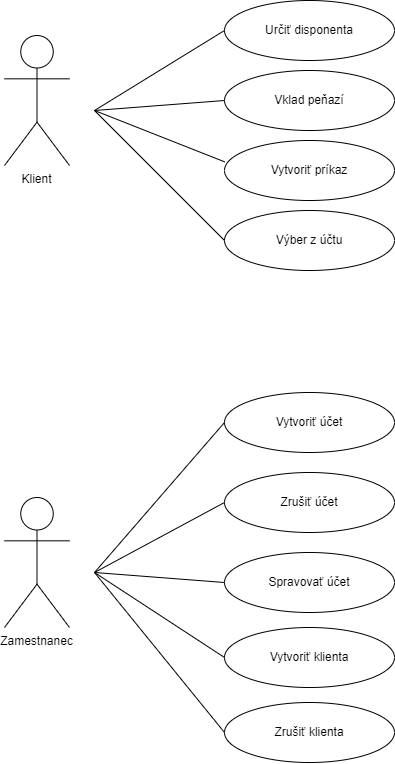
pat0s/vut-ids-project keeps this draw.io diagram as proj1/UseCase.png. Above is the earlier version. Source tidied: cells renumbered, new cells last; positions are measured from the earlier drawing's top-left corner, leaving out a move shared by most shapes. Its diagram source:
```xml
<mxGraphModel>
  <root>
    <mxCell id="0" />
    <mxCell id="1" parent="0" />
    <mxCell id="2" value="Klient" style="shape=umlActor;verticalLabelPosition=bottom;verticalAlign=top;html=1;" parent="1" vertex="1">
      <mxGeometry y="35" width="65" height="130" as="geometry" />
    </mxCell>
    <mxCell id="3" value="Zamestnanec" style="shape=umlActor;verticalLabelPosition=bottom;verticalAlign=top;html=1;" parent="1" vertex="1">
      <mxGeometry y="497" width="65" height="130" as="geometry" />
    </mxCell>
    <mxCell id="4" value="Určiť disponenta" style="ellipse;whiteSpace=wrap;html=1;" parent="1" vertex="1">
      <mxGeometry x="220" width="170" height="60" as="geometry" />
    </mxCell>
    <mxCell id="5" value="Vklad peňazí" style="ellipse;whiteSpace=wrap;html=1;" parent="1" vertex="1">
      <mxGeometry x="220" y="70" width="170" height="60" as="geometry" />
    </mxCell>
    <mxCell id="6" value="Vytvoriť príkaz" style="ellipse;whiteSpace=wrap;html=1;" parent="1" vertex="1">
      <mxGeometry x="220" y="140" width="170" height="60" as="geometry" />
    </mxCell>
    <mxCell id="7" value="Výber z účtu" style="ellipse;whiteSpace=wrap;html=1;" parent="1" vertex="1">
      <mxGeometry x="220" y="210" width="170" height="60" as="geometry" />
    </mxCell>
    <mxCell id="8" value="Vytvoriť účet" style="ellipse;whiteSpace=wrap;html=1;" parent="1" vertex="1">
      <mxGeometry x="220" y="392" width="170" height="60" as="geometry" />
    </mxCell>
    <mxCell id="9" value="Zrušiť účet" style="ellipse;whiteSpace=wrap;html=1;" parent="1" vertex="1">
      <mxGeometry x="220" y="472" width="170" height="60" as="geometry" />
    </mxCell>
    <mxCell id="10" value="Spravovať účet" style="ellipse;whiteSpace=wrap;html=1;" parent="1" vertex="1">
      <mxGeometry x="220" y="552" width="170" height="60" as="geometry" />
    </mxCell>
    <mxCell id="11" value="Vytvoriť klienta" style="ellipse;whiteSpace=wrap;html=1;" parent="1" vertex="1">
      <mxGeometry x="220" y="627" width="170" height="60" as="geometry" />
    </mxCell>
    <mxCell id="12" value="Zrušiť klienta" style="ellipse;whiteSpace=wrap;html=1;" parent="1" vertex="1">
      <mxGeometry x="220" y="702" width="170" height="60" as="geometry" />
    </mxCell>
    <mxCell id="13" style="endArrow=none;html=1;rounded=0;entryX=0;entryY=0.5;entryDx=0;entryDy=0;" parent="1" edge="1" target="5">
      <mxGeometry relative="1" as="geometry">
        <mxPoint x="90" y="110" as="sourcePoint" />
      </mxGeometry>
    </mxCell>
    <mxCell id="14" style="endArrow=none;html=1;rounded=0;entryX=0;entryY=0.5;entryDx=0;entryDy=0;" parent="1" edge="1" target="4">
      <mxGeometry relative="1" as="geometry">
        <mxPoint x="90" y="110" as="sourcePoint" />
      </mxGeometry>
    </mxCell>
    <mxCell id="15" style="endArrow=none;html=1;rounded=0;entryX=0.002;entryY=0.357;entryDx=0;entryDy=0;entryPerimeter=0;" parent="1" edge="1" target="6">
      <mxGeometry relative="1" as="geometry">
        <mxPoint x="90" y="110" as="sourcePoint" />
      </mxGeometry>
    </mxCell>
    <mxCell id="16" style="endArrow=none;html=1;rounded=0;entryX=0;entryY=0.5;entryDx=0;entryDy=0;" parent="1" edge="1" target="7">
      <mxGeometry relative="1" as="geometry">
        <mxPoint x="90" y="110" as="sourcePoint" />
      </mxGeometry>
    </mxCell>
    <mxCell id="17" style="endArrow=none;html=1;rounded=0;entryX=0;entryY=0.5;entryDx=0;entryDy=0;" parent="1" edge="1" target="8">
      <mxGeometry relative="1" as="geometry">
        <mxPoint x="90" y="572" as="sourcePoint" />
      </mxGeometry>
    </mxCell>
    <mxCell id="18" style="endArrow=none;html=1;rounded=0;entryX=0;entryY=0.5;entryDx=0;entryDy=0;" parent="1" edge="1" target="10">
      <mxGeometry relative="1" as="geometry">
        <mxPoint x="90" y="572" as="sourcePoint" />
      </mxGeometry>
    </mxCell>
    <mxCell id="19" style="endArrow=none;html=1;rounded=0;entryX=0;entryY=0.5;entryDx=0;entryDy=0;" parent="1" edge="1" target="9">
      <mxGeometry relative="1" as="geometry">
        <mxPoint x="90" y="572" as="sourcePoint" />
      </mxGeometry>
    </mxCell>
    <mxCell id="20" style="endArrow=none;html=1;rounded=0;entryX=0;entryY=0.5;entryDx=0;entryDy=0;" parent="1" edge="1" target="11">
      <mxGeometry relative="1" as="geometry">
        <mxPoint x="90" y="572" as="sourcePoint" />
      </mxGeometry>
    </mxCell>
    <mxCell id="21" style="endArrow=none;html=1;rounded=0;entryX=0;entryY=0.5;entryDx=0;entryDy=0;" parent="1" edge="1" target="12">
      <mxGeometry relative="1" as="geometry">
        <mxPoint x="90" y="572" as="sourcePoint" />
      </mxGeometry>
    </mxCell>
  </root>
</mxGraphModel>
```
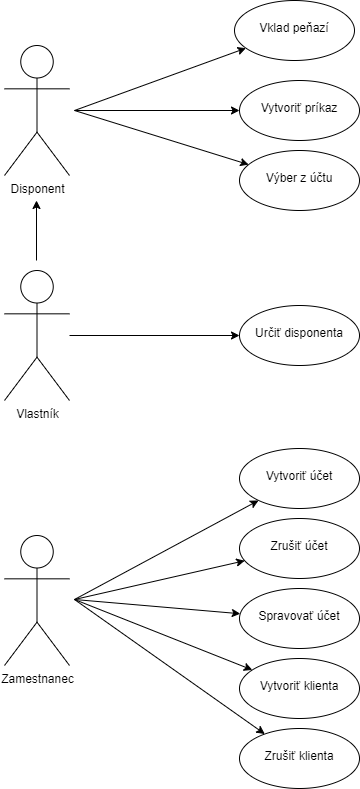
After the commit.

Diff of the diagram source:
```diff
@@ -2,83 +2,93 @@
   <root>
     <mxCell id="0" />
     <mxCell id="1" parent="0" />
+    <mxCell id="22" style="edgeStyle=none;rounded=0;jettySize=auto;html=1;" parent="1" edge="1" target="5">
+      <mxGeometry relative="1" as="geometry">
+        <mxPoint x="70" y="100" as="sourcePoint" />
+      </mxGeometry>
+    </mxCell>
+    <mxCell id="23" style="edgeStyle=none;rounded=0;jettySize=auto;html=1;" parent="1" edge="1" target="6">
+      <mxGeometry relative="1" as="geometry">
+        <mxPoint x="70" y="100" as="sourcePoint" />
+      </mxGeometry>
+    </mxCell>
+    <mxCell id="24" style="edgeStyle=none;rounded=0;jettySize=auto;html=1;" parent="1" edge="1" target="7">
+      <mxGeometry relative="1" as="geometry">
+        <mxPoint x="70" y="100" as="sourcePoint" />
+      </mxGeometry>
+    </mxCell>
-    <mxCell id="2" value="Klient" style="shape=umlActor;verticalLabelPosition=bottom;verticalAlign=top;html=1;" parent="1" vertex="1">
+    <mxCell id="2" value="Disponent" style="shape=umlActor;verticalLabelPosition=bottom;verticalAlign=top;html=1;" parent="1" vertex="1">
       <mxGeometry y="35" width="65" height="130" as="geometry" />
     </mxCell>
+    <mxCell id="25" style="edgeStyle=none;rounded=0;jettySize=auto;html=1;" parent="1" edge="1" target="8">
+      <mxGeometry relative="1" as="geometry">
+        <mxPoint x="70" y="589" as="sourcePoint" />
+      </mxGeometry>
+    </mxCell>
+    <mxCell id="26" style="edgeStyle=none;rounded=0;jettySize=auto;html=1;" parent="1" edge="1" target="9">
+      <mxGeometry relative="1" as="geometry">
+        <mxPoint x="70" y="589" as="sourcePoint" />
+      </mxGeometry>
+    </mxCell>
+    <mxCell id="27" style="edgeStyle=none;rounded=0;jettySize=auto;html=1;" parent="1" edge="1" target="10">
+      <mxGeometry relative="1" as="geometry">
+        <mxPoint x="70" y="589" as="sourcePoint" />
+      </mxGeometry>
+    </mxCell>
+    <mxCell id="28" style="edgeStyle=none;rounded=0;jettySize=auto;html=1;" parent="1" edge="1" target="11">
+      <mxGeometry relative="1" as="geometry">
+        <mxPoint x="70" y="589" as="sourcePoint" />
+      </mxGeometry>
+    </mxCell>
+    <mxCell id="29" style="edgeStyle=none;rounded=0;jettySize=auto;html=1;" parent="1" edge="1" target="12">
+      <mxGeometry relative="1" as="geometry">
+        <mxPoint x="70" y="589" as="sourcePoint" />
+      </mxGeometry>
+    </mxCell>
     <mxCell id="3" value="Zamestnanec" style="shape=umlActor;verticalLabelPosition=bottom;verticalAlign=top;html=1;" parent="1" vertex="1">
-      <mxGeometry y="497" width="65" height="130" as="geometry" />
+      <mxGeometry y="525" width="65" height="130" as="geometry" />
     </mxCell>
-    <mxCell id="4" value="Určiť disponenta" style="ellipse;whiteSpace=wrap;html=1;" parent="1" vertex="1">
-      <mxGeometry x="220" width="170" height="60" as="geometry" />
-    </mxCell>
-    <mxCell id="5" value="Vklad peňazí" style="ellipse;whiteSpace=wrap;html=1;" parent="1" vertex="1">
-      <mxGeometry x="220" y="70" width="170" height="60" as="geometry" />
+    <mxCell id="5" value="&lt;br&gt;Vklad peňazí" style="ellipse;whiteSpace=wrap;html=1;verticalAlign=top;" parent="1" vertex="1">
+      <mxGeometry x="230" y="-10" width="120" height="60" as="geometry" />
     </mxCell>
-    <mxCell id="6" value="Vytvoriť príkaz" style="ellipse;whiteSpace=wrap;html=1;" parent="1" vertex="1">
-      <mxGeometry x="220" y="140" width="170" height="60" as="geometry" />
+    <mxCell id="6" value="&lt;br&gt;Vytvoriť príkaz" style="ellipse;whiteSpace=wrap;html=1;verticalAlign=top;" parent="1" vertex="1">
+      <mxGeometry x="235" y="70" width="120" height="60" as="geometry" />
     </mxCell>
-    <mxCell id="7" value="Výber z účtu" style="ellipse;whiteSpace=wrap;html=1;" parent="1" vertex="1">
-      <mxGeometry x="220" y="210" width="170" height="60" as="geometry" />
+    <mxCell id="7" value="&lt;br&gt;Výber z účtu" style="ellipse;whiteSpace=wrap;html=1;verticalAlign=top;" parent="1" vertex="1">
+      <mxGeometry x="235" y="140" width="120" height="60" as="geometry" />
     </mxCell>
-    <mxCell id="8" value="Vytvoriť účet" style="ellipse;whiteSpace=wrap;html=1;" parent="1" vertex="1">
-      <mxGeometry x="220" y="392" width="170" height="60" as="geometry" />
+    <mxCell id="8" value="&lt;br&gt;Vytvoriť účet" style="ellipse;whiteSpace=wrap;html=1;verticalAlign=top;" parent="1" vertex="1">
+      <mxGeometry x="235" y="438" width="120" height="60" as="geometry" />
     </mxCell>
-    <mxCell id="9" value="Zrušiť účet" style="ellipse;whiteSpace=wrap;html=1;" parent="1" vertex="1">
-      <mxGeometry x="220" y="472" width="170" height="60" as="geometry" />
+    <mxCell id="9" value="&lt;br&gt;Zrušiť účet" style="ellipse;whiteSpace=wrap;html=1;verticalAlign=top;" parent="1" vertex="1">
+      <mxGeometry x="235" y="508" width="120" height="60" as="geometry" />
     </mxCell>
-    <mxCell id="10" value="Spravovať účet" style="ellipse;whiteSpace=wrap;html=1;" parent="1" vertex="1">
-      <mxGeometry x="220" y="552" width="170" height="60" as="geometry" />
+    <mxCell id="10" value="&lt;br&gt;Spravovať účet" style="ellipse;whiteSpace=wrap;html=1;verticalAlign=top;" parent="1" vertex="1">
+      <mxGeometry x="235" y="578" width="120" height="60" as="geometry" />
     </mxCell>
-    <mxCell id="11" value="Vytvoriť klienta" style="ellipse;whiteSpace=wrap;html=1;" parent="1" vertex="1">
-      <mxGeometry x="220" y="627" width="170" height="60" as="geometry" />
+    <mxCell id="11" value="&lt;br&gt;Vytvoriť klienta" style="ellipse;whiteSpace=wrap;html=1;verticalAlign=top;" parent="1" vertex="1">
+      <mxGeometry x="235" y="648" width="120" height="60" as="geometry" />
     </mxCell>
-    <mxCell id="12" value="Zrušiť klienta" style="ellipse;whiteSpace=wrap;html=1;" parent="1" vertex="1">
-      <mxGeometry x="220" y="702" width="170" height="60" as="geometry" />
+    <mxCell id="12" value="&lt;br&gt;Zrušiť klienta" style="ellipse;whiteSpace=wrap;html=1;verticalAlign=top;" parent="1" vertex="1">
+      <mxGeometry x="235" y="718" width="120" height="60" as="geometry" />
     </mxCell>
-    <mxCell id="13" style="endArrow=none;html=1;rounded=0;entryX=0;entryY=0.5;entryDx=0;entryDy=0;" parent="1" edge="1" target="5">
-      <mxGeometry relative="1" as="geometry">
-        <mxPoint x="90" y="110" as="sourcePoint" />
-      </mxGeometry>
-    </mxCell>
-    <mxCell id="14" style="endArrow=none;html=1;rounded=0;entryX=0;entryY=0.5;entryDx=0;entryDy=0;" parent="1" edge="1" target="4">
-      <mxGeometry relative="1" as="geometry">
-        <mxPoint x="90" y="110" as="sourcePoint" />
-      </mxGeometry>
-    </mxCell>
-    <mxCell id="15" style="endArrow=none;html=1;rounded=0;entryX=0.002;entryY=0.357;entryDx=0;entryDy=0;entryPerimeter=0;" parent="1" edge="1" target="6">
-      <mxGeometry relative="1" as="geometry">
-        <mxPoint x="90" y="110" as="sourcePoint" />
-      </mxGeometry>
-    </mxCell>
-    <mxCell id="16" style="endArrow=none;html=1;rounded=0;entryX=0;entryY=0.5;entryDx=0;entryDy=0;" parent="1" edge="1" target="7">
-      <mxGeometry relative="1" as="geometry">
-        <mxPoint x="90" y="110" as="sourcePoint" />
-      </mxGeometry>
-    </mxCell>
-    <mxCell id="17" style="endArrow=none;html=1;rounded=0;entryX=0;entryY=0.5;entryDx=0;entryDy=0;" parent="1" edge="1" target="8">
-      <mxGeometry relative="1" as="geometry">
-        <mxPoint x="90" y="572" as="sourcePoint" />
-      </mxGeometry>
-    </mxCell>
-    <mxCell id="18" style="endArrow=none;html=1;rounded=0;entryX=0;entryY=0.5;entryDx=0;entryDy=0;" parent="1" edge="1" target="10">
-      <mxGeometry relative="1" as="geometry">
-        <mxPoint x="90" y="572" as="sourcePoint" />
-      </mxGeometry>
-    </mxCell>
-    <mxCell id="19" style="endArrow=none;html=1;rounded=0;entryX=0;entryY=0.5;entryDx=0;entryDy=0;" parent="1" edge="1" target="9">
-      <mxGeometry relative="1" as="geometry">
-        <mxPoint x="90" y="572" as="sourcePoint" />
-      </mxGeometry>
-    </mxCell>
-    <mxCell id="20" style="endArrow=none;html=1;rounded=0;entryX=0;entryY=0.5;entryDx=0;entryDy=0;" parent="1" edge="1" target="11">
-      <mxGeometry relative="1" as="geometry">
-        <mxPoint x="90" y="572" as="sourcePoint" />
-      </mxGeometry>
-    </mxCell>
-    <mxCell id="21" style="endArrow=none;html=1;rounded=0;entryX=0;entryY=0.5;entryDx=0;entryDy=0;" parent="1" edge="1" target="12">
-      <mxGeometry relative="1" as="geometry">
-        <mxPoint x="90" y="572" as="sourcePoint" />
-      </mxGeometry>
-    </mxCell>
+    <mxCell id="30" style="edgeStyle=none;rounded=0;jettySize=auto;html=1;" parent="1" edge="1" source="32" target="4">
+      <mxGeometry relative="1" as="geometry" />
+    </mxCell>
+    <mxCell id="31" style="edgeStyle=none;rounded=0;orthogonalLoop=1;jettySize=auto;html=1;" parent="1" edge="1">
+      <mxGeometry relative="1" as="geometry">
+        <mxPoint x="32" y="250" as="sourcePoint" />
+        <mxPoint x="32" y="190" as="targetPoint" />
+      </mxGeometry>
+    </mxCell>
+    <mxCell id="32" value="Vlastník" style="shape=umlActor;verticalLabelPosition=bottom;verticalAlign=top;html=1;outlineConnect=0;" parent="1" vertex="1">
+      <mxGeometry y="260" width="65" height="130" as="geometry" />
+    </mxCell>
+    <mxCell id="4" value="&lt;br&gt;Určiť disponenta" style="ellipse;whiteSpace=wrap;html=1;verticalAlign=top;" parent="1" vertex="1">
+      <mxGeometry x="235" y="295" width="120" height="60" as="geometry" />
+    </mxCell>
+    <mxCell id="33" style="edgeStyle=none;rounded=0;orthogonalLoop=1;jettySize=auto;html=1;exitX=0.5;exitY=0;exitDx=0;exitDy=0;exitPerimeter=0;" parent="1" edge="1" source="32" target="32">
+      <mxGeometry relative="1" as="geometry" />
+    </mxCell>
   </root>
 </mxGraphModel>
```
